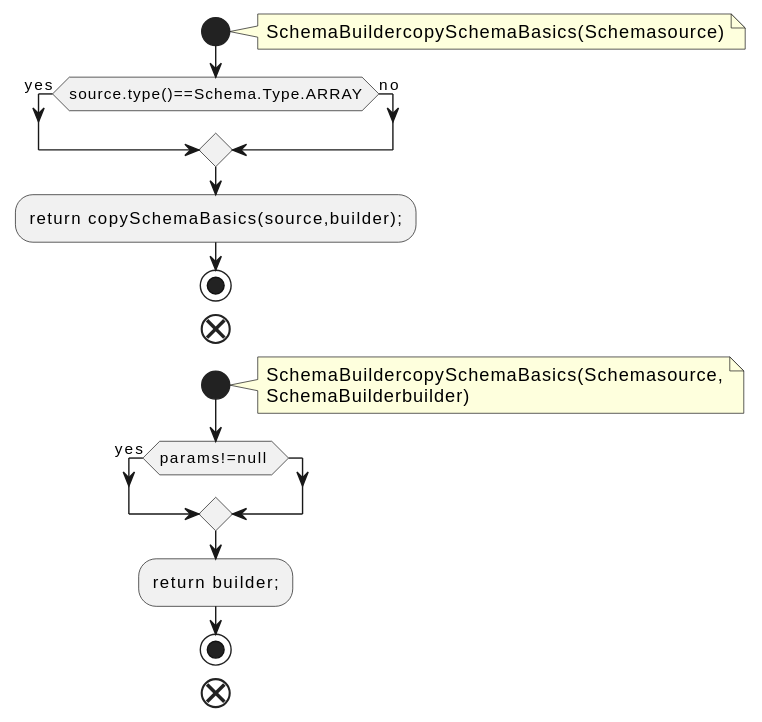
Before: docs/qc/connect/transforms/src/main/java/org/apache/kafka/connect/transforms/util/SchemaUtil.java.fct.svg, a diagram exported from PlantUML (qualitesys/kafka).
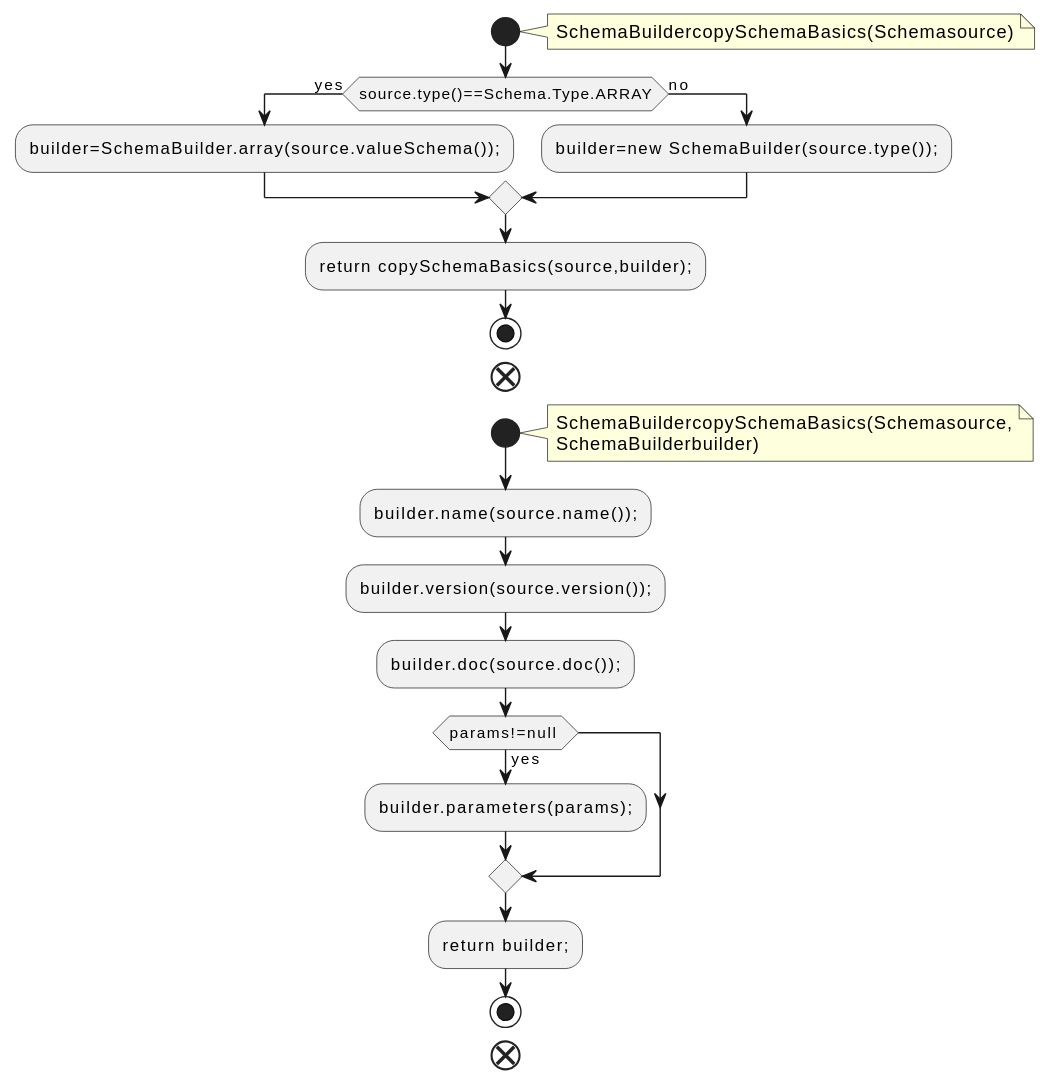
After the change.

Change to the diagram source:
```diff
@@ -5,7 +5,9 @@
 SchemaBuildercopySchemaBasics(Schemasource)
 end note
 if (source.type()==Schema.Type.ARRAY) then (yes)
+:builder=SchemaBuilder.array(source.valueSchema());;
 else (no)
+:builder=new SchemaBuilder(source.type());;
 endif
 :return copySchemaBasics(source,builder);;
 stop
@@ -15,7 +17,11 @@
 SchemaBuildercopySchemaBasics(Schemasource,
 SchemaBuilderbuilder)
 end note
+:builder.name(source.name());;
+:builder.version(source.version());;
+:builder.doc(source.doc());;
 if (params!=null ) then (yes)
+:builder.parameters(params);;
 endif
 :return builder;;
 stop
```
